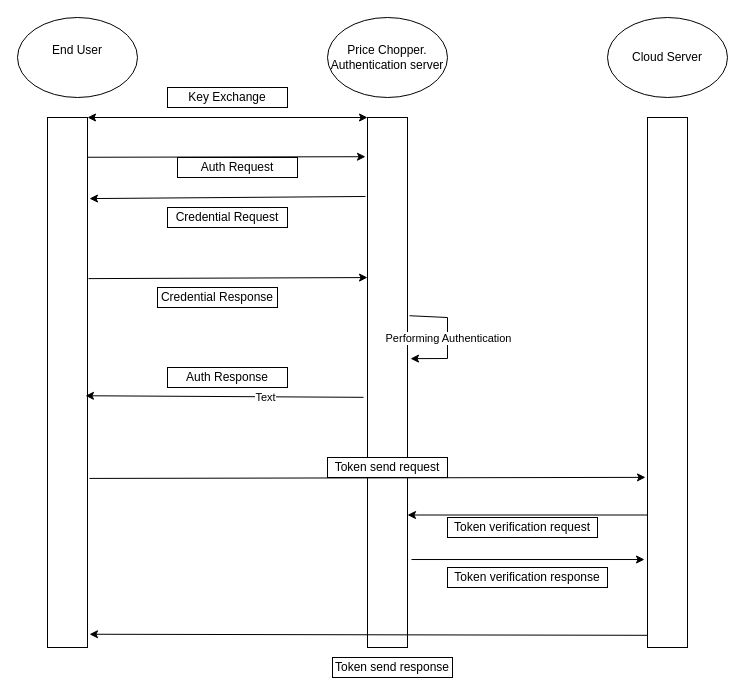
workshop748/client_and_listeners keeps this draw.io diagram as Untitled Diagram.drawio. Above is the earlier version. Source tidied: cells renumbered, new cells numbered last; positions are measured from the earlier drawing's top-left corner, leaving out a move shared by most shapes. Both pictures are drawn from the tidied source at 100%, with x=0, y=0 at pixel (17, 17).
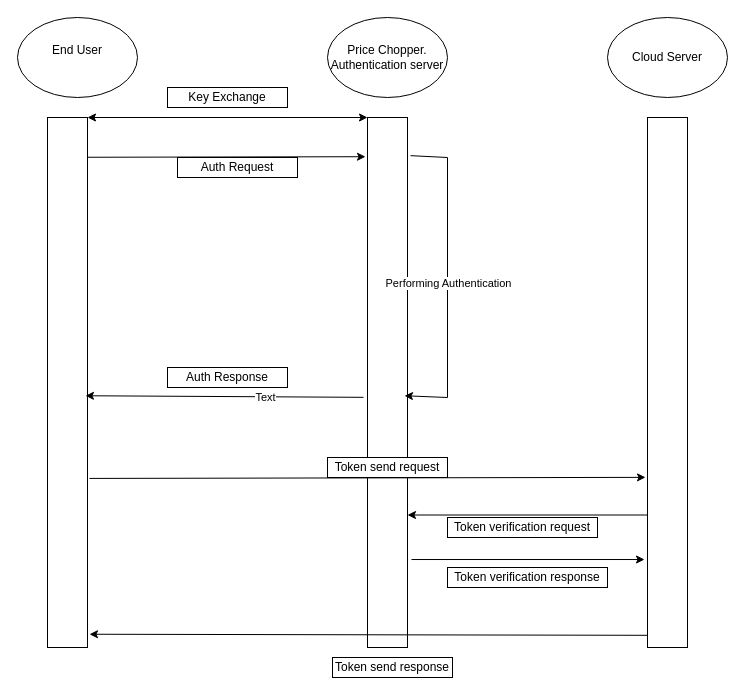
Above is the later version.

The change refers to these unchanged cells:
```xml
<mxCell id="2" style="rounded=0;whiteSpace=wrap;html=1;" parent="1" vertex="1">
  <mxGeometry x="30" y="100" width="40" height="530" as="geometry" />
</mxCell>
<mxCell id="4" style="rounded=0;whiteSpace=wrap;html=1;" parent="1" vertex="1">
  <mxGeometry x="350" y="100" width="40" height="530" as="geometry" />
</mxCell>
```

The edit, as a diff of the source:
```diff
@@
-    <mxCell id="10" style="endArrow=classic;html=1;rounded=0;exitX=-0.05;exitY=0.149;exitDx=0;exitDy=0;exitPerimeter=0;entryX=1.05;entryY=0.153;entryDx=0;entryDy=0;entryPerimeter=0;" parent="1" edge="1" source="4" target="2">
-      <mxGeometry relative="1" as="geometry" />
-    </mxCell>
-    <mxCell id="11" value="Credential Response" style="rounded=0;whiteSpace=wrap;html=1;" parent="1" vertex="1">
-      <mxGeometry x="140" y="270" width="120" height="20" as="geometry" />
-    </mxCell>
-    <mxCell id="12" style="endArrow=classic;html=1;rounded=0;exitX=1.025;exitY=0.304;exitDx=0;exitDy=0;exitPerimeter=0;entryX=0;entryY=0.302;entryDx=0;entryDy=0;entryPerimeter=0;" parent="1" edge="1" source="2" target="4">
-      <mxGeometry relative="1" as="geometry" />
-    </mxCell>
-    <mxCell id="13" value="Credential Request" style="rounded=0;whiteSpace=wrap;html=1;" parent="1" vertex="1">
-      <mxGeometry x="150" y="190" width="120" height="20" as="geometry" />
-    </mxCell>
-    <mxCell id="14" style="endArrow=classic;html=1;rounded=0;exitX=1.05;exitY=0.374;exitDx=0;exitDy=0;exitPerimeter=0;entryX=1.075;entryY=0.455;entryDx=0;entryDy=0;entryPerimeter=0;" parent="1" edge="1" source="4" target="4">
+    <mxCell id="14" style="endArrow=classic;html=1;rounded=0;exitX=1.075;exitY=0.072;exitDx=0;exitDy=0;exitPerimeter=0;entryX=0.925;entryY=0.525;entryDx=0;entryDy=0;entryPerimeter=0;" parent="1" edge="1" source="4" target="4">
       <mxGeometry relative="1" as="geometry">
         <Array as="points">
-          <mxPoint x="430" y="300" />
-          <mxPoint x="430" y="341" />
+          <mxPoint x="430" y="140" />
+          <mxPoint x="430" y="380" />
         </Array>
       </mxGeometry>
     </mxCell>
```
